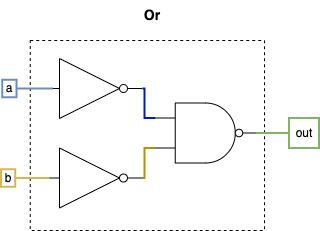
Above: course1/project1/diagrams/or.png in pwbrown/nand2tetris (draw.io), before the change. Source tidied: cells renumbered, new cells last; positions are measured from the earlier drawing's top-left corner, leaving out a move shared by most shapes. Its diagram source:
```xml
<mxGraphModel>
  <root>
    <mxCell id="0" />
    <mxCell id="1" parent="0" />
    <mxCell id="2" value="&lt;font style=&quot;font-size: 14px;&quot;&gt;&lt;b&gt;Or&lt;/b&gt;&lt;/font&gt;" style="text;html=1;align=center;verticalAlign=middle;whiteSpace=wrap;rounded=0;" parent="1" vertex="1">
      <mxGeometry x="122" width="60" height="30" as="geometry" />
    </mxCell>
    <mxCell id="3" style="rounded=0;whiteSpace=wrap;html=1;dashed=1;" parent="1" vertex="1">
      <mxGeometry x="29.8" y="40" width="234.2" height="190" as="geometry" />
    </mxCell>
    <mxCell id="4" value="out" style="text;html=1;align=center;verticalAlign=middle;whiteSpace=wrap;rounded=0;fillColor=none;strokeColor=#82b366;strokeWidth=2;" parent="1" vertex="1">
      <mxGeometry x="288.5" y="117.5" width="30" height="30" as="geometry" />
    </mxCell>
    <mxCell id="5" style="edgeStyle=orthogonalEdgeStyle;shape=connector;rounded=0;jettySize=auto;html=1;exitX=1;exitY=0.5;exitDx=0;exitDy=0;exitPerimeter=0;entryX=0;entryY=0.5;entryDx=0;entryDy=0;strokeColor=#82b366;align=center;verticalAlign=middle;fontFamily=Helvetica;fontSize=11;fontColor=default;labelBackgroundColor=default;startFill=0;endArrow=none;fillColor=#d5e8d4;strokeWidth=2;" parent="1" edge="1" source="6" target="4">
      <mxGeometry relative="1" as="geometry" />
    </mxCell>
    <mxCell id="6" style="verticalLabelPosition=bottom;shadow=0;dashed=0;align=center;html=1;verticalAlign=top;shape=mxgraph.electrical.logic_gates.logic_gate;operation=and;negating=1;negSize=0.15;" parent="1" vertex="1">
      <mxGeometry x="154.8" y="102.5" width="100" height="60" as="geometry" />
    </mxCell>
    <mxCell id="7" value="b" style="text;html=1;align=center;verticalAlign=middle;whiteSpace=wrap;rounded=0;fillColor=none;strokeColor=#d6b656;strokeWidth=2;" parent="1" vertex="1">
      <mxGeometry x="0.5" y="168.8" width="14.2" height="17.5" as="geometry" />
    </mxCell>
    <mxCell id="8" value="a" style="text;html=1;align=center;verticalAlign=middle;whiteSpace=wrap;rounded=0;fillColor=none;strokeColor=#6c8ebf;strokeWidth=2;" parent="1" vertex="1">
      <mxGeometry x="1.8" y="79.2" width="14.2" height="17.5" as="geometry" />
    </mxCell>
    <mxCell id="9" style="verticalLabelPosition=bottom;shadow=0;dashed=0;align=center;html=1;verticalAlign=top;shape=mxgraph.electrical.logic_gates.inverter_2;fontFamily=Helvetica;fontSize=11;fontColor=default;labelBackgroundColor=default;" parent="1" vertex="1">
      <mxGeometry x="42" y="58" width="100" height="60" as="geometry" />
    </mxCell>
    <mxCell id="10" style="edgeStyle=orthogonalEdgeStyle;shape=connector;rounded=0;jettySize=auto;html=1;exitX=1;exitY=0.5;exitDx=0;exitDy=0;entryX=0.103;entryY=0.5;entryDx=0;entryDy=0;entryPerimeter=0;strokeColor=#6c8ebf;align=center;verticalAlign=middle;fontFamily=Helvetica;fontSize=11;fontColor=default;labelBackgroundColor=default;startFill=0;endArrow=none;fillColor=#dae8fc;strokeWidth=2;" parent="1" edge="1" source="8" target="9">
      <mxGeometry relative="1" as="geometry" />
    </mxCell>
    <mxCell id="11" style="verticalLabelPosition=bottom;shadow=0;dashed=0;align=center;html=1;verticalAlign=top;shape=mxgraph.electrical.logic_gates.inverter_2;fontFamily=Helvetica;fontSize=11;fontColor=default;labelBackgroundColor=default;" parent="1" vertex="1">
      <mxGeometry x="42" y="147.5" width="100" height="60" as="geometry" />
    </mxCell>
    <mxCell id="12" style="edgeStyle=orthogonalEdgeStyle;shape=connector;rounded=0;jettySize=auto;html=1;exitX=1;exitY=0.5;exitDx=0;exitDy=0;entryX=0.069;entryY=0.504;entryDx=0;entryDy=0;entryPerimeter=0;strokeColor=#d6b656;align=center;verticalAlign=middle;fontFamily=Helvetica;fontSize=11;fontColor=default;labelBackgroundColor=default;startFill=0;endArrow=none;fillColor=#fff2cc;strokeWidth=2;" parent="1" edge="1" source="7" target="11">
      <mxGeometry relative="1" as="geometry" />
    </mxCell>
    <mxCell id="13" style="edgeStyle=orthogonalEdgeStyle;shape=connector;rounded=0;jettySize=auto;html=1;exitX=1;exitY=0.5;exitDx=0;exitDy=0;exitPerimeter=0;entryX=0;entryY=0.25;entryDx=0;entryDy=0;entryPerimeter=0;strokeColor=#001DBC;align=center;verticalAlign=middle;fontFamily=Helvetica;fontSize=11;fontColor=default;labelBackgroundColor=default;startFill=0;endArrow=none;fillColor=#0050ef;strokeWidth=2;" parent="1" edge="1" source="9" target="6">
      <mxGeometry relative="1" as="geometry">
        <Array as="points">
          <mxPoint x="144" y="88" />
          <mxPoint x="144" y="118" />
        </Array>
      </mxGeometry>
    </mxCell>
    <mxCell id="14" style="edgeStyle=orthogonalEdgeStyle;shape=connector;rounded=0;jettySize=auto;html=1;exitX=1;exitY=0.5;exitDx=0;exitDy=0;exitPerimeter=0;entryX=0;entryY=0.75;entryDx=0;entryDy=0;entryPerimeter=0;strokeColor=#B09500;align=center;verticalAlign=middle;fontFamily=Helvetica;fontSize=11;fontColor=default;labelBackgroundColor=default;startFill=0;endArrow=none;fillColor=#e3c800;strokeWidth=2;" parent="1" edge="1" source="11" target="6">
      <mxGeometry relative="1" as="geometry">
        <Array as="points">
          <mxPoint x="144" y="178" />
          <mxPoint x="144" y="148" />
        </Array>
      </mxGeometry>
    </mxCell>
  </root>
</mxGraphModel>
```
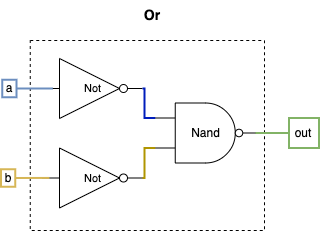
The same file after the commit.

The edit, as a diff of the source:
```diff
@@ -14,7 +14,7 @@
     <mxCell id="5" style="edgeStyle=orthogonalEdgeStyle;shape=connector;rounded=0;jettySize=auto;html=1;exitX=1;exitY=0.5;exitDx=0;exitDy=0;exitPerimeter=0;entryX=0;entryY=0.5;entryDx=0;entryDy=0;strokeColor=#82b366;align=center;verticalAlign=middle;fontFamily=Helvetica;fontSize=11;fontColor=default;labelBackgroundColor=default;startFill=0;endArrow=none;fillColor=#d5e8d4;strokeWidth=2;" parent="1" edge="1" source="6" target="4">
       <mxGeometry relative="1" as="geometry" />
     </mxCell>
-    <mxCell id="6" style="verticalLabelPosition=bottom;shadow=0;dashed=0;align=center;html=1;verticalAlign=top;shape=mxgraph.electrical.logic_gates.logic_gate;operation=and;negating=1;negSize=0.15;" parent="1" vertex="1">
+    <mxCell id="6" value="Nand" style="verticalLabelPosition=middle;shadow=0;dashed=0;align=center;html=1;verticalAlign=middle;shape=mxgraph.electrical.logic_gates.logic_gate;operation=and;negating=1;negSize=0.15;labelPosition=center;" parent="1" vertex="1">
       <mxGeometry x="154.8" y="102.5" width="100" height="60" as="geometry" />
     </mxCell>
     <mxCell id="7" value="b" style="text;html=1;align=center;verticalAlign=middle;whiteSpace=wrap;rounded=0;fillColor=none;strokeColor=#d6b656;strokeWidth=2;" parent="1" vertex="1">
@@ -23,13 +23,13 @@
     <mxCell id="8" value="a" style="text;html=1;align=center;verticalAlign=middle;whiteSpace=wrap;rounded=0;fillColor=none;strokeColor=#6c8ebf;strokeWidth=2;" parent="1" vertex="1">
       <mxGeometry x="1.8" y="79.2" width="14.2" height="17.5" as="geometry" />
     </mxCell>
-    <mxCell id="9" style="verticalLabelPosition=bottom;shadow=0;dashed=0;align=center;html=1;verticalAlign=top;shape=mxgraph.electrical.logic_gates.inverter_2;fontFamily=Helvetica;fontSize=11;fontColor=default;labelBackgroundColor=default;" parent="1" vertex="1">
+    <mxCell id="9" value="Not" style="verticalLabelPosition=middle;shadow=0;dashed=0;align=center;html=1;verticalAlign=middle;shape=mxgraph.electrical.logic_gates.inverter_2;fontFamily=Helvetica;fontSize=11;fontColor=default;labelBackgroundColor=default;labelPosition=center;" parent="1" vertex="1">
       <mxGeometry x="42" y="58" width="100" height="60" as="geometry" />
     </mxCell>
     <mxCell id="10" style="edgeStyle=orthogonalEdgeStyle;shape=connector;rounded=0;jettySize=auto;html=1;exitX=1;exitY=0.5;exitDx=0;exitDy=0;entryX=0.103;entryY=0.5;entryDx=0;entryDy=0;entryPerimeter=0;strokeColor=#6c8ebf;align=center;verticalAlign=middle;fontFamily=Helvetica;fontSize=11;fontColor=default;labelBackgroundColor=default;startFill=0;endArrow=none;fillColor=#dae8fc;strokeWidth=2;" parent="1" edge="1" source="8" target="9">
       <mxGeometry relative="1" as="geometry" />
     </mxCell>
-    <mxCell id="11" style="verticalLabelPosition=bottom;shadow=0;dashed=0;align=center;html=1;verticalAlign=top;shape=mxgraph.electrical.logic_gates.inverter_2;fontFamily=Helvetica;fontSize=11;fontColor=default;labelBackgroundColor=default;" parent="1" vertex="1">
+    <mxCell id="11" value="Not" style="verticalLabelPosition=middle;shadow=0;dashed=0;align=center;html=1;verticalAlign=middle;shape=mxgraph.electrical.logic_gates.inverter_2;fontFamily=Helvetica;fontSize=11;fontColor=default;labelBackgroundColor=default;labelPosition=center;" parent="1" vertex="1">
       <mxGeometry x="42" y="147.5" width="100" height="60" as="geometry" />
     </mxCell>
     <mxCell id="12" style="edgeStyle=orthogonalEdgeStyle;shape=connector;rounded=0;jettySize=auto;html=1;exitX=1;exitY=0.5;exitDx=0;exitDy=0;entryX=0.069;entryY=0.504;entryDx=0;entryDy=0;entryPerimeter=0;strokeColor=#d6b656;align=center;verticalAlign=middle;fontFamily=Helvetica;fontSize=11;fontColor=default;labelBackgroundColor=default;startFill=0;endArrow=none;fillColor=#fff2cc;strokeWidth=2;" parent="1" edge="1" source="7" target="11">
```
